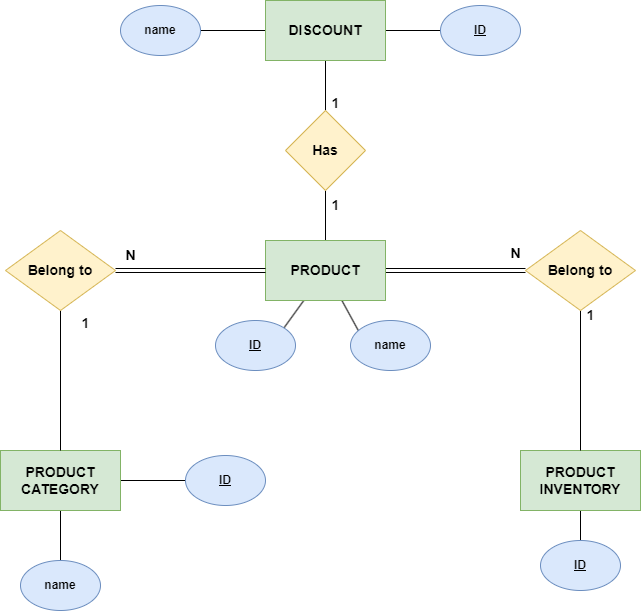
Before: images/hieu/chap-3/database-diagram.png, a diagram exported from draw.io (LittleLegend-Pengiun/thesis-ecommerce-k8s). Source tidied: cells renumbered, new cells last; positions are measured from the earlier drawing's top-left corner, leaving out a move shared by most shapes. The source it was exported from:
```xml
<mxGraphModel>
  <root>
    <mxCell id="0" />
    <mxCell id="1" parent="0" />
    <mxCell id="2" style="edgeStyle=orthogonalEdgeStyle;rounded=0;jettySize=auto;html=1;entryX=0;entryY=0.5;entryDx=0;entryDy=0;endArrow=none;endFill=0;shape=link;fontStyle=1;fontSize=14;" parent="1" edge="1" source="6" target="20">
      <mxGeometry relative="1" as="geometry" />
    </mxCell>
    <mxCell id="3" style="edgeStyle=orthogonalEdgeStyle;rounded=0;jettySize=auto;html=1;entryX=0.5;entryY=1;entryDx=0;entryDy=0;endArrow=none;endFill=0;fontStyle=1;fontSize=14;" parent="1" edge="1" source="6" target="21">
      <mxGeometry relative="1" as="geometry" />
    </mxCell>
    <mxCell id="4" style="rounded=0;jettySize=auto;html=1;entryX=1;entryY=0;entryDx=0;entryDy=0;endArrow=none;endFill=0;fontStyle=1;" parent="1" edge="1" source="6" target="32">
      <mxGeometry relative="1" as="geometry" />
    </mxCell>
    <mxCell id="5" style="rounded=0;jettySize=auto;html=1;entryX=0.108;entryY=0.231;entryDx=0;entryDy=0;entryPerimeter=0;endArrow=none;endFill=0;fontStyle=1;" parent="1" edge="1" source="6" target="33">
      <mxGeometry relative="1" as="geometry" />
    </mxCell>
    <mxCell id="6" value="PRODUCT" style="rounded=0;whiteSpace=wrap;html=1;fontStyle=1;fontSize=14;fillColor=#d5e8d4;strokeColor=#82b366;" parent="1" vertex="1">
      <mxGeometry x="265" y="240" width="120" height="60" as="geometry" />
    </mxCell>
    <mxCell id="7" style="rounded=0;jettySize=auto;html=1;entryX=0;entryY=0.5;entryDx=0;entryDy=0;endArrow=none;endFill=0;fontStyle=1;" parent="1" edge="1" source="9" target="28">
      <mxGeometry relative="1" as="geometry" />
    </mxCell>
    <mxCell id="8" style="rounded=0;jettySize=auto;html=1;endArrow=none;endFill=0;fontStyle=1;" parent="1" edge="1" source="9" target="29">
      <mxGeometry relative="1" as="geometry" />
    </mxCell>
    <mxCell id="9" value="PRODUCT&lt;br style=&quot;font-size: 14px;&quot;&gt;CATEGORY" style="rounded=0;whiteSpace=wrap;html=1;fontStyle=1;fontSize=14;fillColor=#d5e8d4;strokeColor=#82b366;" parent="1" vertex="1">
      <mxGeometry y="450" width="120" height="60" as="geometry" />
    </mxCell>
    <mxCell id="10" style="rounded=0;jettySize=auto;html=1;endArrow=none;endFill=0;fontStyle=1;" parent="1" edge="1" source="11" target="34">
      <mxGeometry relative="1" as="geometry" />
    </mxCell>
    <mxCell id="11" value="PRODUCT INVENTORY" style="rounded=0;whiteSpace=wrap;html=1;fontStyle=1;fontSize=14;fillColor=#d5e8d4;strokeColor=#82b366;" parent="1" vertex="1">
      <mxGeometry x="520" y="450" width="120" height="60" as="geometry" />
    </mxCell>
    <mxCell id="12" style="edgeStyle=orthogonalEdgeStyle;rounded=0;jettySize=auto;html=1;endArrow=none;endFill=0;fontStyle=1;fontSize=14;" parent="1" edge="1" source="15" target="21">
      <mxGeometry relative="1" as="geometry" />
    </mxCell>
    <mxCell id="13" style="rounded=0;jettySize=auto;html=1;entryX=1;entryY=0.5;entryDx=0;entryDy=0;endArrow=none;endFill=0;fontStyle=1;" parent="1" edge="1" source="15" target="31">
      <mxGeometry relative="1" as="geometry" />
    </mxCell>
    <mxCell id="14" style="rounded=0;jettySize=auto;html=1;entryX=0;entryY=0.5;entryDx=0;entryDy=0;endArrow=none;endFill=0;fontStyle=1;" parent="1" edge="1" source="15" target="30">
      <mxGeometry relative="1" as="geometry" />
    </mxCell>
    <mxCell id="15" value="DISCOUNT" style="rounded=0;whiteSpace=wrap;html=1;fontStyle=1;fontSize=14;fillColor=#d5e8d4;strokeColor=#82b366;" parent="1" vertex="1">
      <mxGeometry x="265" width="120" height="60" as="geometry" />
    </mxCell>
    <mxCell id="16" style="edgeStyle=orthogonalEdgeStyle;rounded=0;jettySize=auto;html=1;endArrow=none;endFill=0;fontStyle=1;fontSize=14;" parent="1" edge="1" source="18" target="9">
      <mxGeometry relative="1" as="geometry" />
    </mxCell>
    <mxCell id="17" style="edgeStyle=orthogonalEdgeStyle;rounded=0;jettySize=auto;html=1;entryX=0;entryY=0.5;entryDx=0;entryDy=0;endArrow=none;endFill=0;shape=link;fontStyle=1;fontSize=14;" parent="1" edge="1" source="18" target="6">
      <mxGeometry relative="1" as="geometry" />
    </mxCell>
    <mxCell id="18" value="Belong to" style="rhombus;whiteSpace=wrap;html=1;fontStyle=1;fontSize=14;fillColor=#fff2cc;strokeColor=#d6b656;" parent="1" vertex="1">
      <mxGeometry x="5" y="230" width="110" height="80" as="geometry" />
    </mxCell>
    <mxCell id="19" style="edgeStyle=orthogonalEdgeStyle;rounded=0;jettySize=auto;html=1;entryX=0.5;entryY=0;entryDx=0;entryDy=0;endArrow=none;endFill=0;fontStyle=1;fontSize=14;" parent="1" edge="1" source="20" target="11">
      <mxGeometry relative="1" as="geometry" />
    </mxCell>
    <mxCell id="20" value="Belong to" style="rhombus;whiteSpace=wrap;html=1;fontStyle=1;fontSize=14;fillColor=#fff2cc;strokeColor=#d6b656;" parent="1" vertex="1">
      <mxGeometry x="525" y="230" width="110" height="80" as="geometry" />
    </mxCell>
    <mxCell id="21" value="Has" style="rhombus;whiteSpace=wrap;html=1;fontStyle=1;fontSize=14;fillColor=#fff2cc;strokeColor=#d6b656;" parent="1" vertex="1">
      <mxGeometry x="285" y="110" width="80" height="80" as="geometry" />
    </mxCell>
    <mxCell id="22" value="1" style="text;html=1;align=center;verticalAlign=middle;strokeColor=none;fillColor=none;fontStyle=1;fontSize=14;" parent="1" vertex="1">
      <mxGeometry x="320" y="88" width="30" height="30" as="geometry" />
    </mxCell>
    <mxCell id="23" value="1" style="text;html=1;align=center;verticalAlign=middle;strokeColor=none;fillColor=none;fontStyle=1;fontSize=14;" parent="1" vertex="1">
      <mxGeometry x="320" y="190" width="30" height="30" as="geometry" />
    </mxCell>
    <mxCell id="24" value="N" style="text;html=1;align=center;verticalAlign=middle;strokeColor=none;fillColor=none;fontStyle=1;fontSize=14;" parent="1" vertex="1">
      <mxGeometry x="115" y="240" width="30" height="30" as="geometry" />
    </mxCell>
    <mxCell id="25" value="1" style="text;html=1;align=center;verticalAlign=middle;strokeColor=none;fillColor=none;fontStyle=1;fontSize=14;" parent="1" vertex="1">
      <mxGeometry x="70" y="308" width="30" height="30" as="geometry" />
    </mxCell>
    <mxCell id="26" value="N" style="text;html=1;align=center;verticalAlign=middle;strokeColor=none;fillColor=none;fontStyle=1;fontSize=14;" parent="1" vertex="1">
      <mxGeometry x="500" y="238" width="30" height="30" as="geometry" />
    </mxCell>
    <mxCell id="27" value="1" style="text;html=1;align=center;verticalAlign=middle;strokeColor=none;fillColor=none;fontStyle=1;fontSize=14;" parent="1" vertex="1">
      <mxGeometry x="575" y="300" width="30" height="30" as="geometry" />
    </mxCell>
    <mxCell id="28" value="&lt;u&gt;ID&lt;/u&gt;" style="ellipse;whiteSpace=wrap;html=1;fontStyle=1;fillColor=#dae8fc;strokeColor=#6c8ebf;" parent="1" vertex="1">
      <mxGeometry x="185" y="455" width="80" height="50" as="geometry" />
    </mxCell>
    <mxCell id="29" value="name" style="ellipse;whiteSpace=wrap;html=1;fontStyle=1;fillColor=#dae8fc;strokeColor=#6c8ebf;" parent="1" vertex="1">
      <mxGeometry x="20" y="560" width="80" height="50" as="geometry" />
    </mxCell>
    <mxCell id="30" value="&lt;u&gt;ID&lt;/u&gt;" style="ellipse;whiteSpace=wrap;html=1;fontStyle=1;fillColor=#dae8fc;strokeColor=#6c8ebf;" parent="1" vertex="1">
      <mxGeometry x="440" y="5" width="80" height="50" as="geometry" />
    </mxCell>
    <mxCell id="31" value="name" style="ellipse;whiteSpace=wrap;html=1;fontStyle=1;fillColor=#dae8fc;strokeColor=#6c8ebf;" parent="1" vertex="1">
      <mxGeometry x="120" y="5" width="80" height="50" as="geometry" />
    </mxCell>
    <mxCell id="32" value="&lt;u&gt;ID&lt;/u&gt;" style="ellipse;whiteSpace=wrap;html=1;fontStyle=1;fillColor=#dae8fc;strokeColor=#6c8ebf;" parent="1" vertex="1">
      <mxGeometry x="215" y="320" width="80" height="50" as="geometry" />
    </mxCell>
    <mxCell id="33" value="name" style="ellipse;whiteSpace=wrap;html=1;fontStyle=1;fillColor=#dae8fc;strokeColor=#6c8ebf;" parent="1" vertex="1">
      <mxGeometry x="350" y="320" width="80" height="50" as="geometry" />
    </mxCell>
    <mxCell id="34" value="&lt;u&gt;ID&lt;/u&gt;" style="ellipse;whiteSpace=wrap;html=1;fontStyle=1;fillColor=#dae8fc;strokeColor=#6c8ebf;" parent="1" vertex="1">
      <mxGeometry x="540" y="540" width="80" height="50" as="geometry" />
    </mxCell>
  </root>
</mxGraphModel>
```
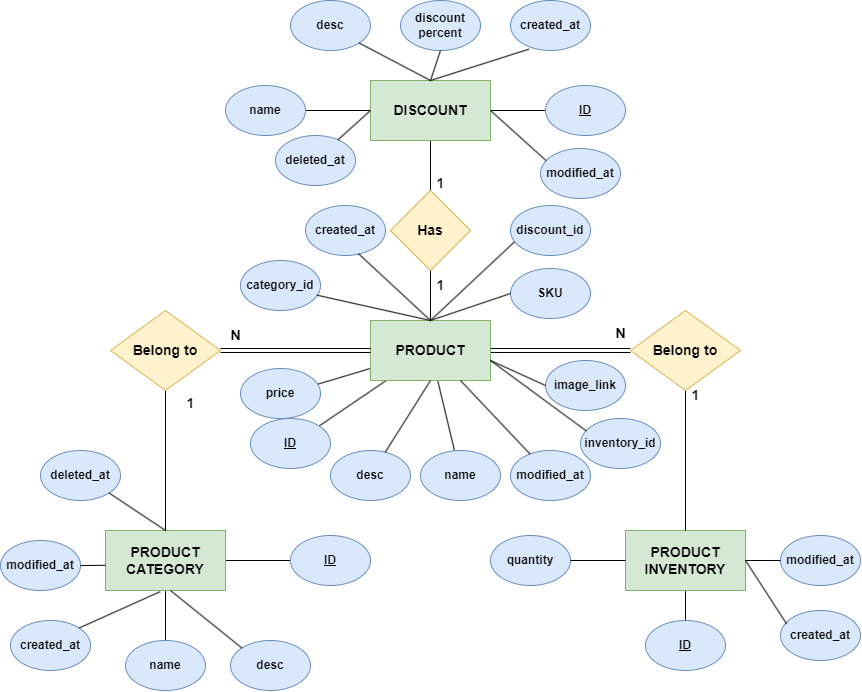
After the commit.

Commit message:
update database diagram chap 3

What changed in the source:
```diff
@@ -11,9 +11,12 @@
     <mxCell id="4" style="rounded=0;jettySize=auto;html=1;entryX=1;entryY=0;entryDx=0;entryDy=0;endArrow=none;endFill=0;fontStyle=1;" parent="1" edge="1" source="6" target="32">
       <mxGeometry relative="1" as="geometry" />
     </mxCell>
-    <mxCell id="5" style="rounded=0;jettySize=auto;html=1;entryX=0.108;entryY=0.231;entryDx=0;entryDy=0;entryPerimeter=0;endArrow=none;endFill=0;fontStyle=1;" parent="1" edge="1" source="6" target="33">
+    <mxCell id="5" style="rounded=0;jettySize=auto;html=1;endArrow=none;endFill=0;fontStyle=1;" parent="1" edge="1" source="6" target="33">
       <mxGeometry relative="1" as="geometry" />
     </mxCell>
+    <mxCell id="35" style="rounded=0;jettySize=auto;html=1;entryX=0.945;entryY=0.324;entryDx=0;entryDy=0;entryPerimeter=0;endArrow=none;endFill=0;" parent="1" edge="1" source="6" target="40">
+      <mxGeometry relative="1" as="geometry" />
+    </mxCell>
     <mxCell id="6" value="PRODUCT" style="rounded=0;whiteSpace=wrap;html=1;fontStyle=1;fontSize=14;fillColor=#d5e8d4;strokeColor=#82b366;" parent="1" vertex="1">
       <mxGeometry x="265" y="240" width="120" height="60" as="geometry" />
     </mxCell>
@@ -93,13 +96,146 @@
       <mxGeometry x="120" y="5" width="80" height="50" as="geometry" />
     </mxCell>
     <mxCell id="32" value="&lt;u&gt;ID&lt;/u&gt;" style="ellipse;whiteSpace=wrap;html=1;fontStyle=1;fillColor=#dae8fc;strokeColor=#6c8ebf;" parent="1" vertex="1">
-      <mxGeometry x="215" y="320" width="80" height="50" as="geometry" />
+      <mxGeometry x="145" y="338" width="80" height="50" as="geometry" />
     </mxCell>
     <mxCell id="33" value="name" style="ellipse;whiteSpace=wrap;html=1;fontStyle=1;fillColor=#dae8fc;strokeColor=#6c8ebf;" parent="1" vertex="1">
-      <mxGeometry x="350" y="320" width="80" height="50" as="geometry" />
+      <mxGeometry x="315" y="370" width="80" height="50" as="geometry" />
     </mxCell>
     <mxCell id="34" value="&lt;u&gt;ID&lt;/u&gt;" style="ellipse;whiteSpace=wrap;html=1;fontStyle=1;fillColor=#dae8fc;strokeColor=#6c8ebf;" parent="1" vertex="1">
       <mxGeometry x="540" y="540" width="80" height="50" as="geometry" />
     </mxCell>
+    <mxCell id="36" value="desc" style="ellipse;whiteSpace=wrap;html=1;fontStyle=1;fillColor=#dae8fc;strokeColor=#6c8ebf;" parent="1" vertex="1">
+      <mxGeometry x="225" y="370" width="80" height="50" as="geometry" />
+    </mxCell>
+    <mxCell id="37" value="SKU" style="ellipse;whiteSpace=wrap;html=1;fontStyle=1;fillColor=#dae8fc;strokeColor=#6c8ebf;" parent="1" vertex="1">
+      <mxGeometry x="405" y="188" width="80" height="50" as="geometry" />
+    </mxCell>
+    <mxCell id="38" value="category_id" style="ellipse;whiteSpace=wrap;html=1;fontStyle=1;fillColor=#dae8fc;strokeColor=#6c8ebf;" parent="1" vertex="1">
+      <mxGeometry x="135" y="180" width="80" height="50" as="geometry" />
+    </mxCell>
+    <mxCell id="39" value="inventory_id" style="ellipse;whiteSpace=wrap;html=1;fontStyle=1;fillColor=#dae8fc;strokeColor=#6c8ebf;" parent="1" vertex="1">
+      <mxGeometry x="475" y="338" width="80" height="50" as="geometry" />
+    </mxCell>
+    <mxCell id="40" value="price" style="ellipse;whiteSpace=wrap;html=1;fontStyle=1;fillColor=#dae8fc;strokeColor=#6c8ebf;" parent="1" vertex="1">
+      <mxGeometry x="135" y="288" width="80" height="50" as="geometry" />
+    </mxCell>
+    <mxCell id="41" value="discount_id" style="ellipse;whiteSpace=wrap;html=1;fontStyle=1;fillColor=#dae8fc;strokeColor=#6c8ebf;" parent="1" vertex="1">
+      <mxGeometry x="405" y="125" width="80" height="50" as="geometry" />
+    </mxCell>
+    <mxCell id="42" value="created_at" style="ellipse;whiteSpace=wrap;html=1;fontStyle=1;fillColor=#dae8fc;strokeColor=#6c8ebf;" parent="1" vertex="1">
+      <mxGeometry x="200" y="125" width="80" height="50" as="geometry" />
+    </mxCell>
+    <mxCell id="43" value="modified_at" style="ellipse;whiteSpace=wrap;html=1;fontStyle=1;fillColor=#dae8fc;strokeColor=#6c8ebf;" parent="1" vertex="1">
+      <mxGeometry x="405" y="370" width="80" height="50" as="geometry" />
+    </mxCell>
+    <mxCell id="44" value="image_link" style="ellipse;whiteSpace=wrap;html=1;fontStyle=1;fillColor=#dae8fc;strokeColor=#6c8ebf;" parent="1" vertex="1">
+      <mxGeometry x="440" y="280" width="80" height="50" as="geometry" />
+    </mxCell>
+    <mxCell id="45" style="rounded=0;jettySize=auto;html=1;endArrow=none;endFill=0;fontStyle=1;exitX=0.5;exitY=1;exitDx=0;exitDy=0;" parent="1" edge="1" source="6" target="36">
+      <mxGeometry relative="1" as="geometry" />
+    </mxCell>
+    <mxCell id="46" style="rounded=0;jettySize=auto;html=1;endArrow=none;endFill=0;fontStyle=1;exitX=0.75;exitY=1;exitDx=0;exitDy=0;" parent="1" edge="1" source="6" target="43">
+      <mxGeometry relative="1" as="geometry" />
+    </mxCell>
+    <mxCell id="47" style="rounded=0;jettySize=auto;html=1;endArrow=none;endFill=0;fontStyle=1;entryX=0;entryY=0.5;entryDx=0;entryDy=0;" parent="1" edge="1" target="44">
+      <mxGeometry relative="1" as="geometry">
+        <mxPoint x="385" y="280" as="sourcePoint" />
+      </mxGeometry>
+    </mxCell>
+    <mxCell id="48" style="rounded=0;jettySize=auto;html=1;endArrow=none;endFill=0;fontStyle=1;entryX=0.073;entryY=0.249;entryDx=0;entryDy=0;entryPerimeter=0;" parent="1" edge="1" target="39">
+      <mxGeometry relative="1" as="geometry">
+        <mxPoint x="385" y="280" as="sourcePoint" />
+      </mxGeometry>
+    </mxCell>
+    <mxCell id="49" style="rounded=0;jettySize=auto;html=1;endArrow=none;endFill=0;fontStyle=1;exitX=0.954;exitY=0.693;exitDx=0;exitDy=0;exitPerimeter=0;entryX=0.5;entryY=0;entryDx=0;entryDy=0;" parent="1" edge="1" source="38" target="6">
+      <mxGeometry relative="1" as="geometry" />
+    </mxCell>
+    <mxCell id="50" style="rounded=0;jettySize=auto;html=1;endArrow=none;endFill=0;fontStyle=1;exitX=0.661;exitY=0.961;exitDx=0;exitDy=0;exitPerimeter=0;entryX=0.5;entryY=0;entryDx=0;entryDy=0;" parent="1" edge="1" source="42" target="6">
+      <mxGeometry relative="1" as="geometry" />
+    </mxCell>
+    <mxCell id="51" style="rounded=0;jettySize=auto;html=1;endArrow=none;endFill=0;fontStyle=1;exitX=0.047;exitY=0.732;exitDx=0;exitDy=0;exitPerimeter=0;entryX=0.5;entryY=0;entryDx=0;entryDy=0;" parent="1" edge="1" source="41" target="6">
+      <mxGeometry relative="1" as="geometry" />
+    </mxCell>
+    <mxCell id="52" style="rounded=0;jettySize=auto;html=1;endArrow=none;endFill=0;fontStyle=1;entryX=0;entryY=0.5;entryDx=0;entryDy=0;" parent="1" edge="1" target="37">
+      <mxGeometry relative="1" as="geometry">
+        <mxPoint x="325" y="240" as="sourcePoint" />
+      </mxGeometry>
+    </mxCell>
+    <mxCell id="53" value="desc" style="ellipse;whiteSpace=wrap;html=1;fontStyle=1;fillColor=#dae8fc;strokeColor=#6c8ebf;" parent="1" vertex="1">
+      <mxGeometry x="125" y="560" width="80" height="50" as="geometry" />
+    </mxCell>
+    <mxCell id="54" value="deleted_at" style="ellipse;whiteSpace=wrap;html=1;fontStyle=1;fillColor=#dae8fc;strokeColor=#6c8ebf;" parent="1" vertex="1">
+      <mxGeometry x="-65" y="370" width="80" height="50" as="geometry" />
+    </mxCell>
+    <mxCell id="55" value="modified_at" style="ellipse;whiteSpace=wrap;html=1;fontStyle=1;fillColor=#dae8fc;strokeColor=#6c8ebf;" parent="1" vertex="1">
+      <mxGeometry x="-105" y="460" width="80" height="50" as="geometry" />
+    </mxCell>
+    <mxCell id="56" value="created_at" style="ellipse;whiteSpace=wrap;html=1;fontStyle=1;fillColor=#dae8fc;strokeColor=#6c8ebf;" parent="1" vertex="1">
+      <mxGeometry x="-95" y="540" width="80" height="50" as="geometry" />
+    </mxCell>
+    <mxCell id="57" style="rounded=0;jettySize=auto;html=1;endArrow=none;endFill=0;fontStyle=1;entryX=0;entryY=0;entryDx=0;entryDy=0;" parent="1" edge="1" target="53">
+      <mxGeometry relative="1" as="geometry">
+        <mxPoint x="65" y="510" as="sourcePoint" />
+      </mxGeometry>
+    </mxCell>
+    <mxCell id="58" style="rounded=0;jettySize=auto;html=1;endArrow=none;endFill=0;fontStyle=1;exitX=0.455;exitY=1.02;exitDx=0;exitDy=0;exitPerimeter=0;entryX=1;entryY=0;entryDx=0;entryDy=0;" parent="1" edge="1" source="9" target="56">
+      <mxGeometry relative="1" as="geometry" />
+    </mxCell>
+    <mxCell id="59" style="rounded=0;jettySize=auto;html=1;endArrow=none;endFill=0;fontStyle=1;exitX=-0.001;exitY=0.58;exitDx=0;exitDy=0;entryX=1;entryY=0.5;entryDx=0;entryDy=0;exitPerimeter=0;" parent="1" edge="1" source="9" target="55">
+      <mxGeometry relative="1" as="geometry" />
+    </mxCell>
+    <mxCell id="60" style="rounded=0;jettySize=auto;html=1;endArrow=none;endFill=0;fontStyle=1;exitX=1;exitY=1;exitDx=0;exitDy=0;entryX=0.5;entryY=0;entryDx=0;entryDy=0;" parent="1" edge="1" source="54" target="9">
+      <mxGeometry relative="1" as="geometry" />
+    </mxCell>
+    <mxCell id="61" value="quantity" style="ellipse;whiteSpace=wrap;html=1;fontStyle=1;fillColor=#dae8fc;strokeColor=#6c8ebf;" parent="1" vertex="1">
+      <mxGeometry x="385" y="455" width="80" height="50" as="geometry" />
+    </mxCell>
+    <mxCell id="62" value="modified_at" style="ellipse;whiteSpace=wrap;html=1;fontStyle=1;fillColor=#dae8fc;strokeColor=#6c8ebf;" parent="1" vertex="1">
+      <mxGeometry x="675" y="455" width="80" height="50" as="geometry" />
+    </mxCell>
+    <mxCell id="63" value="created_at" style="ellipse;whiteSpace=wrap;html=1;fontStyle=1;fillColor=#dae8fc;strokeColor=#6c8ebf;" parent="1" vertex="1">
+      <mxGeometry x="675" y="530" width="80" height="50" as="geometry" />
+    </mxCell>
+    <mxCell id="64" style="rounded=0;jettySize=auto;html=1;endArrow=none;endFill=0;fontStyle=1;entryX=1;entryY=0.5;entryDx=0;entryDy=0;exitX=0;exitY=0.5;exitDx=0;exitDy=0;" parent="1" edge="1" source="11" target="61">
+      <mxGeometry relative="1" as="geometry" />
+    </mxCell>
+    <mxCell id="65" style="rounded=0;jettySize=auto;html=1;endArrow=none;endFill=0;fontStyle=1;exitX=1;exitY=0.5;exitDx=0;exitDy=0;entryX=0.076;entryY=0.266;entryDx=0;entryDy=0;entryPerimeter=0;" parent="1" edge="1" source="11" target="63">
+      <mxGeometry relative="1" as="geometry" />
+    </mxCell>
+    <mxCell id="66" style="rounded=0;jettySize=auto;html=1;endArrow=none;endFill=0;fontStyle=1;entryX=0;entryY=0.5;entryDx=0;entryDy=0;exitX=1;exitY=0.5;exitDx=0;exitDy=0;" parent="1" edge="1" source="11" target="62">
+      <mxGeometry relative="1" as="geometry" />
+    </mxCell>
+    <mxCell id="67" value="desc" style="ellipse;whiteSpace=wrap;html=1;fontStyle=1;fillColor=#dae8fc;strokeColor=#6c8ebf;" parent="1" vertex="1">
+      <mxGeometry x="185" y="-80" width="80" height="50" as="geometry" />
+    </mxCell>
+    <mxCell id="68" value="discount&lt;br&gt;percent" style="ellipse;whiteSpace=wrap;html=1;fontStyle=1;fillColor=#dae8fc;strokeColor=#6c8ebf;" parent="1" vertex="1">
+      <mxGeometry x="295" y="-80" width="80" height="50" as="geometry" />
+    </mxCell>
+    <mxCell id="69" value="created_at" style="ellipse;whiteSpace=wrap;html=1;fontStyle=1;fillColor=#dae8fc;strokeColor=#6c8ebf;" parent="1" vertex="1">
+      <mxGeometry x="405" y="-80" width="80" height="50" as="geometry" />
+    </mxCell>
+    <mxCell id="70" value="modified_at" style="ellipse;whiteSpace=wrap;html=1;fontStyle=1;fillColor=#dae8fc;strokeColor=#6c8ebf;" parent="1" vertex="1">
+      <mxGeometry x="435" y="68" width="80" height="50" as="geometry" />
+    </mxCell>
+    <mxCell id="71" value="deleted_at" style="ellipse;whiteSpace=wrap;html=1;fontStyle=1;fillColor=#dae8fc;strokeColor=#6c8ebf;" parent="1" vertex="1">
+      <mxGeometry x="170" y="55" width="80" height="50" as="geometry" />
+    </mxCell>
+    <mxCell id="72" style="rounded=0;jettySize=auto;html=1;endArrow=none;endFill=0;fontStyle=1;exitX=0;exitY=0.5;exitDx=0;exitDy=0;" parent="1" edge="1" source="15" target="71">
+      <mxGeometry relative="1" as="geometry" />
+    </mxCell>
+    <mxCell id="73" style="rounded=0;jettySize=auto;html=1;entryX=1;entryY=1;entryDx=0;entryDy=0;endArrow=none;endFill=0;fontStyle=1;exitX=0.5;exitY=0;exitDx=0;exitDy=0;" parent="1" edge="1" source="15" target="67">
+      <mxGeometry relative="1" as="geometry" />
+    </mxCell>
+    <mxCell id="74" style="rounded=0;jettySize=auto;html=1;entryX=0.5;entryY=1;entryDx=0;entryDy=0;endArrow=none;endFill=0;fontStyle=1;exitX=0.5;exitY=0;exitDx=0;exitDy=0;" parent="1" edge="1" source="15" target="68">
+      <mxGeometry relative="1" as="geometry" />
+    </mxCell>
+    <mxCell id="75" style="rounded=0;jettySize=auto;html=1;entryX=0.231;entryY=0.973;entryDx=0;entryDy=0;endArrow=none;endFill=0;fontStyle=1;entryPerimeter=0;" parent="1" edge="1" target="69">
+      <mxGeometry relative="1" as="geometry">
+        <mxPoint x="325" as="sourcePoint" />
+      </mxGeometry>
+    </mxCell>
+    <mxCell id="76" style="rounded=0;jettySize=auto;html=1;entryX=0.072;entryY=0.244;entryDx=0;entryDy=0;endArrow=none;endFill=0;fontStyle=1;entryPerimeter=0;exitX=1;exitY=0.5;exitDx=0;exitDy=0;" parent="1" edge="1" source="15" target="70">
+      <mxGeometry relative="1" as="geometry" />
+    </mxCell>
   </root>
 </mxGraphModel>
```
